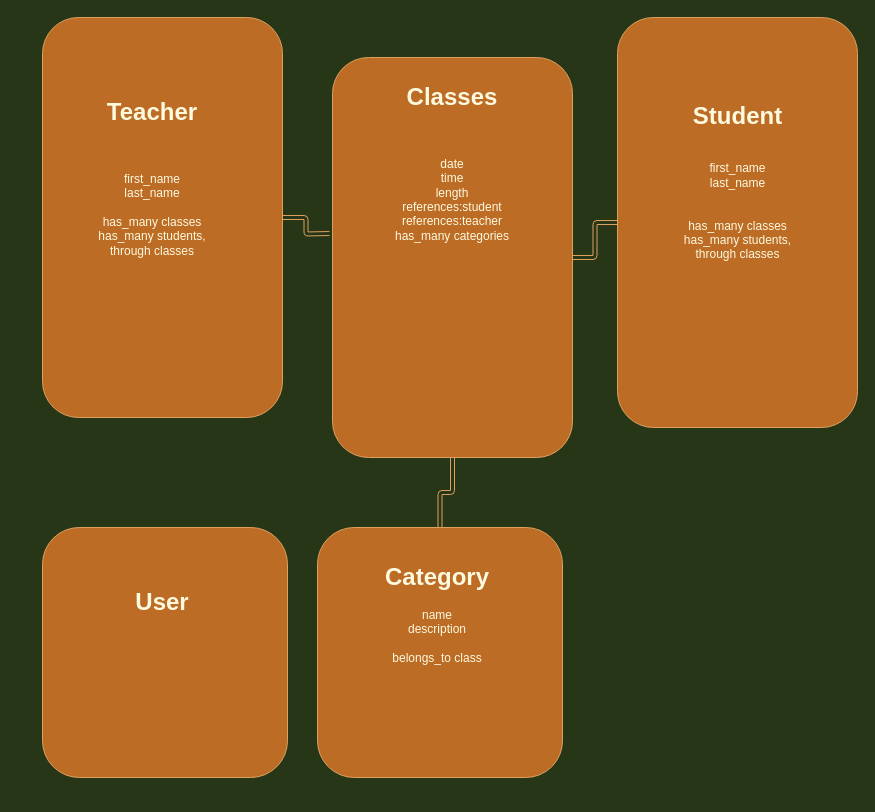
Before: PLAN.drawio in Zacharyflynn06/flow, a draw.io diagram. Source tidied: cells renumbered, new cells numbered last; positions are measured from the earlier drawing's top-left corner, leaving out a move shared by most shapes. Both pictures are drawn from the tidied source at 100%, with x=0, y=0 at pixel (17, 17).
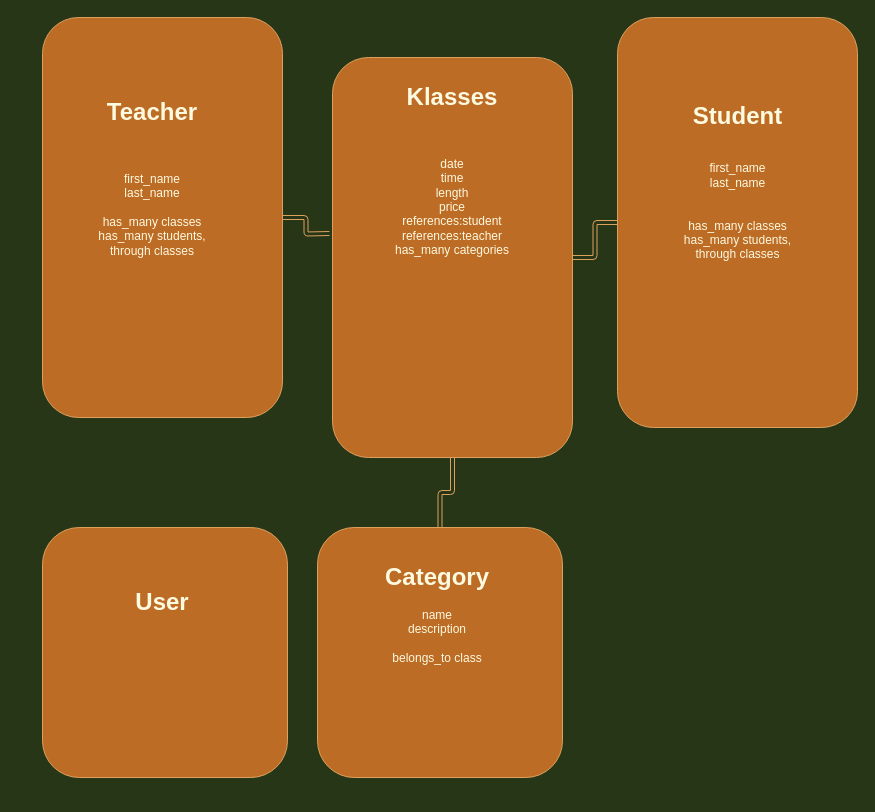
The same diagram, later.

Commit message (it also covers changes not shown here):
add student model and migration

What changed in the source:
```diff
@@
 <mxGraphModel background="#283618">
   <root>
     <mxCell id="0" />
     <mxCell id="1" parent="0" />
     <mxCell id="2" style="rounded=1;sketch=0;jettySize=auto;html=1;strokeColor=#DDA15E;fillColor=#BC6C25;fontColor=#FEFAE0;shape=link;edgeStyle=orthogonalEdgeStyle;" parent="1" edge="1" source="3">
       <mxGeometry relative="1" as="geometry">
         <mxPoint x="312" y="216" as="targetPoint" />
       </mxGeometry>
     </mxCell>
     <mxCell id="3" style="rounded=1;whiteSpace=wrap;html=1;sketch=0;strokeColor=#DDA15E;fillColor=#BC6C25;fontColor=#FEFAE0;" parent="1" vertex="1">
       <mxGeometry x="25" width="240" height="400" as="geometry" />
     </mxCell>
     <mxCell id="4" style="edgeStyle=orthogonalEdgeStyle;curved=0;rounded=1;sketch=0;jettySize=auto;html=1;strokeColor=#DDA15E;fillColor=#BC6C25;fontColor=#FEFAE0;shape=link;" parent="1" edge="1" source="5" target="7">
       <mxGeometry relative="1" as="geometry" />
     </mxCell>
     <mxCell id="5" style="rounded=1;whiteSpace=wrap;html=1;sketch=0;strokeColor=#DDA15E;fillColor=#BC6C25;fontColor=#FEFAE0;" parent="1" vertex="1">
       <mxGeometry x="600" width="240" height="410" as="geometry" />
     </mxCell>
     <mxCell id="6" style="edgeStyle=orthogonalEdgeStyle;shape=link;rounded=1;sketch=0;jettySize=auto;html=1;strokeColor=#DDA15E;fillColor=#BC6C25;fontColor=#FEFAE0;" parent="1" edge="1" source="7" target="10">
       <mxGeometry relative="1" as="geometry" />
     </mxCell>
     <mxCell id="7" style="rounded=1;whiteSpace=wrap;html=1;sketch=0;strokeColor=#DDA15E;fillColor=#BC6C25;fontColor=#FEFAE0;" parent="1" vertex="1">
       <mxGeometry x="315" y="40" width="240" height="400" as="geometry" />
     </mxCell>
-    <mxCell id="8" value="&lt;h1&gt;Classes&lt;/h1&gt;&lt;div&gt;&lt;br&gt;&lt;/div&gt;&lt;div&gt;&lt;br&gt;&lt;/div&gt;&lt;div&gt;date&lt;/div&gt;&lt;div&gt;time&lt;/div&gt;&lt;div&gt;length&lt;/div&gt;&lt;div&gt;references:student&lt;/div&gt;&lt;div&gt;references:teacher&lt;/div&gt;&lt;div&gt;has_many categories&lt;/div&gt;&lt;div&gt;&lt;br&gt;&lt;/div&gt;&lt;div style=&quot;text-align: left&quot;&gt;&lt;br&gt;&lt;/div&gt;" style="text;html=1;strokeColor=none;fillColor=none;spacing=5;spacingTop=-20;whiteSpace=wrap;overflow=hidden;rounded=0;sketch=0;fontColor=#FEFAE0;align=center;" parent="1" vertex="1">
+    <mxCell id="8" value="&lt;h1&gt;Klasses&lt;/h1&gt;&lt;div&gt;&lt;br&gt;&lt;/div&gt;&lt;div&gt;&lt;br&gt;&lt;/div&gt;&lt;div&gt;date&lt;/div&gt;&lt;div&gt;time&lt;/div&gt;&lt;div&gt;length&lt;/div&gt;&lt;div&gt;price&lt;/div&gt;&lt;div&gt;references:student&lt;/div&gt;&lt;div&gt;references:teacher&lt;/div&gt;&lt;div&gt;has_many categories&lt;/div&gt;&lt;div&gt;&lt;br&gt;&lt;/div&gt;&lt;div style=&quot;text-align: left&quot;&gt;&lt;br&gt;&lt;/div&gt;" style="text;html=1;strokeColor=none;fillColor=none;spacing=5;spacingTop=-20;whiteSpace=wrap;overflow=hidden;rounded=0;sketch=0;fontColor=#FEFAE0;align=center;" parent="1" vertex="1">
       <mxGeometry x="300" y="60" width="270" height="340" as="geometry" />
     </mxCell>
     <mxCell id="9" value="&lt;br&gt;&lt;br&gt;&lt;h1&gt;Student&lt;/h1&gt;&lt;div&gt;&lt;br&gt;&lt;/div&gt;&lt;div&gt;first_name&lt;/div&gt;&lt;div&gt;last_name&lt;/div&gt;&lt;div&gt;&lt;br&gt;&lt;/div&gt;&lt;div&gt;&lt;br&gt;&lt;/div&gt;&lt;div&gt;has_many classes&lt;/div&gt;&lt;div&gt;has_many students,&lt;br&gt;&lt;/div&gt;&lt;div&gt;through classes&lt;/div&gt;&lt;div&gt;&lt;br&gt;&lt;/div&gt;&lt;div&gt;&lt;br&gt;&lt;/div&gt;&lt;div style=&quot;text-align: left&quot;&gt;&lt;br style=&quot;color: rgb(254 , 250 , 224) ; font-family: &amp;#34;helvetica&amp;#34; ; font-size: 12px ; font-style: normal ; font-weight: 400 ; letter-spacing: normal ; text-align: left ; text-indent: 0px ; text-transform: none ; word-spacing: 0px ; background-color: rgb(248 , 249 , 250)&quot;&gt;&lt;br&gt;&lt;br&gt;&lt;/div&gt;" style="text;html=1;strokeColor=none;fillColor=none;spacing=5;spacingTop=-20;whiteSpace=wrap;overflow=hidden;rounded=0;sketch=0;fontColor=#FEFAE0;align=center;" parent="1" vertex="1">
       <mxGeometry x="642.5" y="50" width="155" height="280" as="geometry" />
     </mxCell>
     <mxCell id="10" style="rounded=1;whiteSpace=wrap;html=1;sketch=0;strokeColor=#DDA15E;fillColor=#BC6C25;fontColor=#FEFAE0;" parent="1" vertex="1">
       <mxGeometry x="300" y="510" width="245" height="250" as="geometry" />
     </mxCell>
     <mxCell id="11" value="&lt;h1&gt;Category&lt;/h1&gt;&lt;div&gt;name&lt;/div&gt;&lt;div&gt;description&lt;/div&gt;&lt;div&gt;&lt;br&gt;&lt;/div&gt;&lt;div&gt;belongs_to class&lt;/div&gt;" style="text;html=1;strokeColor=none;fillColor=none;spacing=5;spacingTop=-20;whiteSpace=wrap;overflow=hidden;rounded=0;sketch=0;fontColor=#FEFAE0;align=center;" parent="1" vertex="1">
       <mxGeometry x="320" y="540" width="200" height="140" as="geometry" />
     </mxCell>
     <mxCell id="12" value="&lt;h1&gt;Teacher&lt;/h1&gt;&lt;div&gt;&lt;br&gt;&lt;/div&gt;&lt;div&gt;&lt;br&gt;&lt;/div&gt;&lt;div&gt;first_name&lt;/div&gt;&lt;div&gt;last_name&lt;/div&gt;&lt;div&gt;&lt;br&gt;&lt;/div&gt;&lt;div&gt;has_many classes&lt;/div&gt;&lt;div&gt;has_many students,&lt;br&gt;&lt;/div&gt;&lt;div&gt;through classes&lt;/div&gt;&lt;div&gt;&lt;br&gt;&lt;/div&gt;&lt;div&gt;&lt;br&gt;&lt;/div&gt;&lt;div style=&quot;text-align: left&quot;&gt;&lt;br&gt;&lt;/div&gt;" style="text;html=1;strokeColor=none;fillColor=none;spacing=5;spacingTop=-20;whiteSpace=wrap;overflow=hidden;rounded=0;sketch=0;fontColor=#FEFAE0;align=center;" parent="1" vertex="1">
       <mxGeometry y="75" width="270" height="340" as="geometry" />
     </mxCell>
     <mxCell id="13" style="edgeStyle=orthogonalEdgeStyle;shape=link;rounded=1;sketch=0;orthogonalLoop=1;jettySize=auto;html=1;exitX=0.5;exitY=1;exitDx=0;exitDy=0;strokeColor=#DDA15E;fillColor=#BC6C25;fontColor=#FEFAE0;" parent="1" edge="1" source="10" target="10">
       <mxGeometry relative="1" as="geometry" />
     </mxCell>
     <mxCell id="14" style="rounded=1;whiteSpace=wrap;html=1;sketch=0;strokeColor=#DDA15E;fillColor=#BC6C25;fontColor=#FEFAE0;" parent="1" vertex="1">
       <mxGeometry x="25" y="510" width="245" height="250" as="geometry" />
     </mxCell>
     <mxCell id="15" value="&lt;h1&gt;User&lt;/h1&gt;&lt;div&gt;&lt;br&gt;&lt;/div&gt;" style="text;html=1;strokeColor=none;fillColor=none;spacing=5;spacingTop=-20;whiteSpace=wrap;overflow=hidden;rounded=0;sketch=0;fontColor=#FEFAE0;align=center;" parent="1" vertex="1">
       <mxGeometry x="45" y="565" width="200" height="140" as="geometry" />
     </mxCell>
   </root>
 </mxGraphModel>
```
